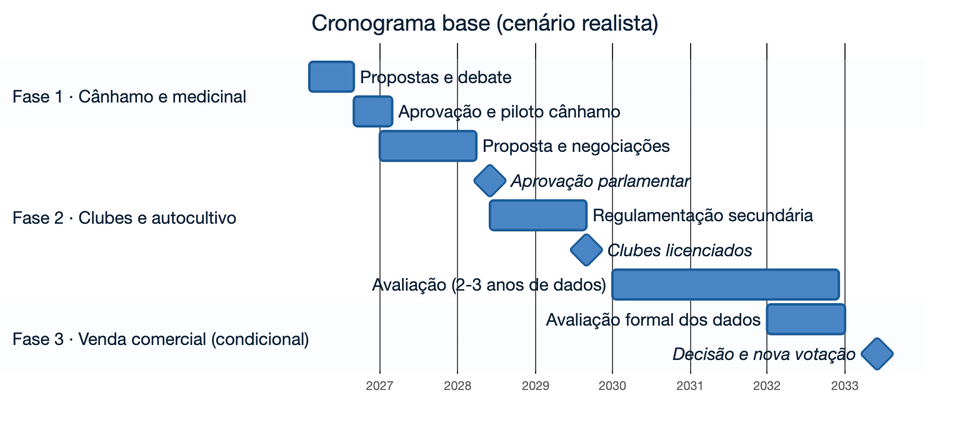
The Mermaid diagram assets/diagrams/cronograma-implementacao.png in bcamarneiro/cannabis-legalization, before a commit. Its source is kept beside it as assets/diagrams/cronograma-implementacao.mmd.
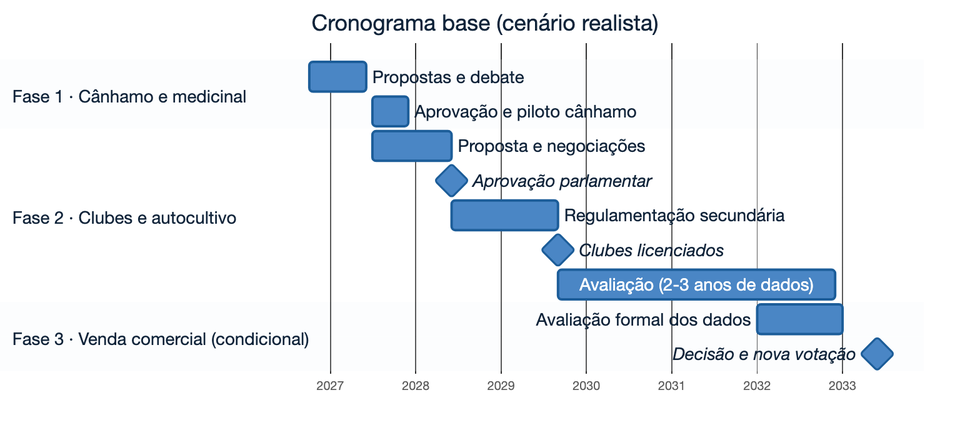
Above is the later version.

The edit, as a diff of the source:
```diff
@@ -5,14 +5,14 @@
     todayMarker off
     tickInterval 1year
     section Fase 1 · Cânhamo e medicinal
-    Propostas e debate           :f1a, 2026-02, 2026-09
-    Aprovação e piloto cânhamo   :f1b, 2026-09, 2027-03
+    Propostas e debate           :f1a, 2026-10, 2027-06
+    Aprovação e piloto cânhamo   :f1b, 2027-07, 2027-12
     section Fase 2 · Clubes e autocultivo
-    Proposta e negociações       :f2a, 2027-01, 2028-04
+    Proposta e negociações       :f2a, 2027-07, 2028-06
     Aprovação parlamentar        :milestone, f2m, 2028-06, 0d
     Regulamentação secundária    :f2b, 2028-06, 2029-09
     Clubes licenciados           :milestone, f2l, 2029-09, 0d
-    Avaliação (2-3 anos de dados):f2c, 2030-01, 2032-12
+    Avaliação (2-3 anos de dados):f2c, 2029-09, 2032-12
     section Fase 3 · Venda comercial (condicional)
     Avaliação formal dos dados   :f3a, 2032-01, 2033-01
     Decisão e nova votação       :milestone, f3m, 2033-06, 0d
```
